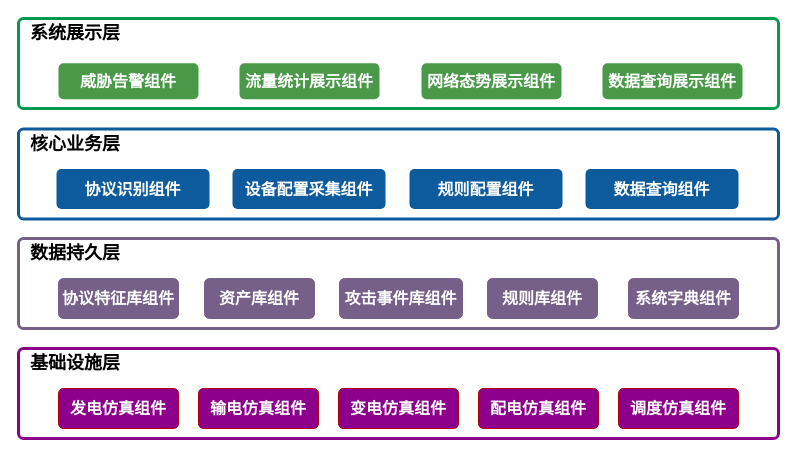
Earlier version of the draw.io diagram page "入侵检测" (3 of 4) of 组件关联.drawio (ytwei72/drawio). Source tidied: cells renumbered, new cells numbered last; positions are measured from the earlier drawing's top-left corner, leaving out a move shared by most shapes. Both pictures are drawn from the tidied source at 100%, with x=0, y=0 at pixel (18, 18).
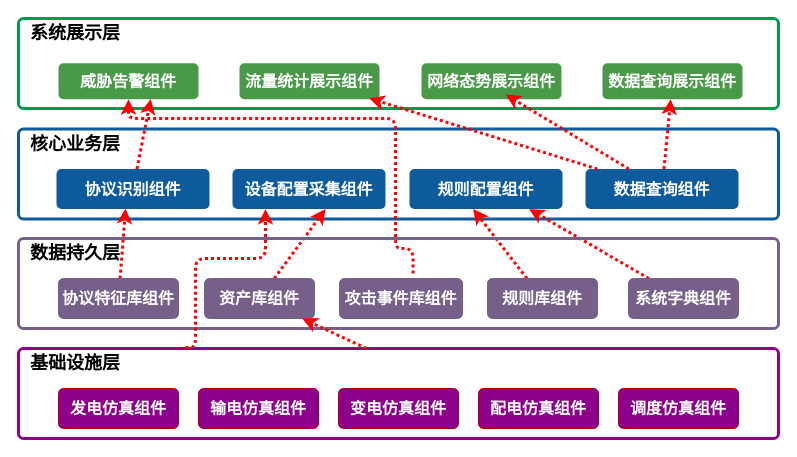
The same page after the edit.

Commit message:
更新入侵检测关联

The change refers to these unchanged cells:
```xml
<mxCell id="4" value="威胁告警组件" style="html=1;shadow=0;dashed=0;shape=mxgraph.bootstrap.rrect;align=center;rSize=5;strokeColor=none;fillColor=#499948;fontColor=#ffffff;fontStyle=1;whiteSpace=wrap;fontSize=16;fontFamily=楷体;" parent="2" vertex="1">
  <mxGeometry x="40" y="44.7" width="140" height="36" as="geometry" />
</mxCell>
<mxCell id="5" value="流量统计展示组件" style="html=1;shadow=0;dashed=0;shape=mxgraph.bootstrap.rrect;align=center;rSize=5;strokeColor=none;fillColor=#499948;fontColor=#ffffff;fontStyle=1;whiteSpace=wrap;fontSize=16;fontFamily=楷体;" parent="2" vertex="1">
  <mxGeometry x="221" y="44.7" width="140" height="36" as="geometry" />
</mxCell>
<mxCell id="7" value="数据查询展示组件" style="html=1;shadow=0;dashed=0;shape=mxgraph.bootstrap.rrect;align=center;rSize=5;strokeColor=none;fillColor=#499948;fontColor=#ffffff;fontStyle=1;whiteSpace=wrap;fontSize=16;fontFamily=楷体;" parent="2" vertex="1">
  <mxGeometry x="584" y="44.7" width="140" height="36" as="geometry" />
</mxCell>
<mxCell id="8" style="html=1;shadow=0;dashed=0;shape=mxgraph.bootstrap.rrect;align=center;rSize=5;strokeColor=#0D5B9D;fontColor=#f0f0f0;spacingTop=30;whiteSpace=wrap;fillColor=none;strokeWidth=3;" parent="1" vertex="1">
  <mxGeometry y="110.5" width="760" height="90" as="geometry" />
</mxCell>
<mxCell id="10" value="协议识别组件" style="html=1;shadow=0;dashed=0;shape=mxgraph.bootstrap.rrect;align=center;rSize=5;strokeColor=none;fillColor=#0D5B9D;fontColor=#ffffff;fontStyle=1;whiteSpace=wrap;fontSize=16;fontFamily=楷体;" parent="8" vertex="1">
  <mxGeometry x="38" y="40" width="153" height="40" as="geometry" />
</mxCell>
<mxCell id="11" value="设备配置采集组件" style="html=1;shadow=0;dashed=0;shape=mxgraph.bootstrap.rrect;align=center;rSize=5;strokeColor=none;fillColor=#0D5B9D;fontColor=#ffffff;fontStyle=1;whiteSpace=wrap;fontSize=16;fontFamily=楷体;" parent="8" vertex="1">
  <mxGeometry x="214" y="40" width="153" height="40" as="geometry" />
</mxCell>
<mxCell id="13" value="数据查询组件" style="html=1;shadow=0;dashed=0;shape=mxgraph.bootstrap.rrect;align=center;rSize=5;strokeColor=none;fillColor=#0D5B9D;fontColor=#ffffff;fontStyle=1;whiteSpace=wrap;fontSize=16;fontFamily=楷体;" parent="8" vertex="1">
  <mxGeometry x="567" y="40" width="153" height="40" as="geometry" />
</mxCell>
<mxCell id="16" value="协议特征库组件" style="html=1;shadow=0;dashed=0;shape=mxgraph.bootstrap.rrect;align=center;rSize=5;strokeColor=#76608A;fillColor=#76608A;fontColor=#ffffff;fontStyle=1;whiteSpace=wrap;fontSize=16;fontFamily=楷体;" parent="14" vertex="1">
  <mxGeometry x="40" y="40" width="120" height="40" as="geometry" />
</mxCell>
<mxCell id="17" value="资产库组件" style="html=1;shadow=0;dashed=0;shape=mxgraph.bootstrap.rrect;align=center;rSize=5;strokeColor=#76608A;fillColor=#76608A;fontColor=#ffffff;fontStyle=1;whiteSpace=wrap;fontSize=16;fontFamily=楷体;" parent="14" vertex="1">
  <mxGeometry x="186" y="40" width="110" height="40" as="geometry" />
</mxCell>
<mxCell id="18" value="规则库组件" style="html=1;shadow=0;dashed=0;shape=mxgraph.bootstrap.rrect;align=center;rSize=5;strokeColor=#76608A;fillColor=#76608A;fontColor=#ffffff;fontStyle=1;whiteSpace=wrap;fontSize=16;fontFamily=楷体;" parent="14" vertex="1">
  <mxGeometry x="469" y="40" width="110" height="40" as="geometry" />
</mxCell>
<mxCell id="19" value="系统字典组件" style="html=1;shadow=0;dashed=0;shape=mxgraph.bootstrap.rrect;align=center;rSize=5;strokeColor=#76608A;fillColor=#76608A;fontColor=#ffffff;fontStyle=1;whiteSpace=wrap;fontSize=16;fontFamily=楷体;" parent="14" vertex="1">
  <mxGeometry x="610" y="40" width="110" height="40" as="geometry" />
</mxCell>
<mxCell id="20" value="攻击事件库组件" style="html=1;shadow=0;dashed=0;shape=mxgraph.bootstrap.rrect;align=center;rSize=5;strokeColor=#76608A;fillColor=#76608A;fontColor=#ffffff;fontStyle=1;whiteSpace=wrap;fontSize=16;fontFamily=楷体;" parent="14" vertex="1">
  <mxGeometry x="321" y="40" width="123" height="40" as="geometry" />
</mxCell>
<mxCell id="22" value="基础设施层" style="html=1;shadow=0;dashed=0;shape=mxgraph.bootstrap.topButton;rSize=5;strokeColor=none;fillColor=none;fontColor=#000000;fontSize=18;fontStyle=1;align=left;spacingLeft=10;whiteSpace=wrap;" parent="21" vertex="1">
  <mxGeometry width="760" height="30" relative="1" as="geometry" />
</mxCell>
```

Diff of the diagram source:
```diff
@@
+    <mxCell id="28" style="endArrow=classic;html=1;fontColor=#000000;strokeColor=#FF0000;strokeWidth=3;dashed=1;dashPattern=1 1;" parent="8" edge="1" source="18">
+      <mxGeometry relative="1" as="geometry">
+        <mxPoint x="454.6" y="80" as="targetPoint" />
+      </mxGeometry>
+    </mxCell>
+    <mxCell id="29" style="endArrow=classic;html=1;fontColor=#000000;strokeColor=#FF0000;strokeWidth=3;dashed=1;dashPattern=1 1;" parent="8" edge="1" source="19">
+      <mxGeometry relative="1" as="geometry">
+        <mxPoint x="510.6" y="80" as="targetPoint" />
+      </mxGeometry>
+    </mxCell>
+    <mxCell id="30" style="endArrow=classic;html=1;fontColor=#000000;strokeColor=#FF0000;strokeWidth=3;dashed=1;dashPattern=1 1;" parent="8" edge="1" source="16">
+      <mxGeometry relative="1" as="geometry">
+        <mxPoint x="107.1" y="79.5" as="targetPoint" />
+      </mxGeometry>
+    </mxCell>
+    <mxCell id="31" style="endArrow=classic;html=1;fontColor=#000000;strokeColor=#FF0000;strokeWidth=3;dashed=1;dashPattern=1 1;" parent="8" edge="1" source="17">
+      <mxGeometry relative="1" as="geometry">
+        <mxPoint x="307.1" y="80" as="targetPoint" />
+      </mxGeometry>
+    </mxCell>
@@
+    <mxCell id="32" style="endArrow=classic;html=1;fontColor=#000000;strokeColor=#FF0000;strokeWidth=3;dashed=1;dashPattern=1 1;" parent="1" edge="1" source="22" target="17">
+      <mxGeometry relative="1" as="geometry" />
+    </mxCell>
+    <mxCell id="33" style="edgeStyle=segmentEdgeStyle;endArrow=classic;html=1;strokeColor=#FF0000;strokeWidth=3;fontColor=#000000;dashed=1;dashPattern=1 1;" parent="1" edge="1" target="11">
+      <mxGeometry relative="1" as="geometry">
+        <mxPoint x="167" y="329" as="sourcePoint" />
+        <Array as="points">
+          <mxPoint x="177" y="329" />
+          <mxPoint x="177" y="240" />
+          <mxPoint x="247" y="240" />
+        </Array>
+      </mxGeometry>
+    </mxCell>
+    <mxCell id="34" style="edgeStyle=segmentEdgeStyle;endArrow=classic;html=1;strokeColor=#FF0000;strokeWidth=3;fontColor=#000000;dashed=1;dashPattern=1 1;exitX=0.598;exitY=-0.125;exitDx=0;exitDy=0;exitPerimeter=0;" parent="1" edge="1" source="20" target="4">
+      <mxGeometry relative="1" as="geometry">
+        <Array as="points">
+          <mxPoint x="395" y="230" />
+          <mxPoint x="377" y="230" />
+          <mxPoint x="377" y="100" />
+          <mxPoint x="110" y="100" />
+        </Array>
+      </mxGeometry>
+    </mxCell>
+    <mxCell id="35" style="endArrow=classic;html=1;fontColor=#000000;strokeColor=#FF0000;strokeWidth=3;dashed=1;dashPattern=1 1;" parent="1" edge="1" source="13">
+      <mxGeometry relative="1" as="geometry">
+        <mxPoint x="487.1" y="76" as="targetPoint" />
+      </mxGeometry>
+    </mxCell>
+    <mxCell id="36" style="endArrow=classic;html=1;fontColor=#000000;strokeColor=#FF0000;strokeWidth=3;dashed=1;dashPattern=1 1;" parent="1" edge="1" source="13" target="7">
+      <mxGeometry relative="1" as="geometry" />
+    </mxCell>
+    <mxCell id="37" style="endArrow=classic;html=1;fontColor=#000000;strokeColor=#FF0000;strokeWidth=3;dashed=1;dashPattern=1 1;entryX=0.659;entryY=0.996;entryDx=0;entryDy=0;entryPerimeter=0;" parent="1" edge="1" source="10" target="4">
+      <mxGeometry relative="1" as="geometry" />
+    </mxCell>
+    <mxCell id="38" style="endArrow=classic;html=1;fontColor=#000000;strokeColor=#FF0000;strokeWidth=3;dashed=1;dashPattern=1 1;entryX=0.926;entryY=0.974;entryDx=0;entryDy=0;entryPerimeter=0;" parent="1" edge="1" source="13" target="5">
+      <mxGeometry relative="1" as="geometry" />
+    </mxCell>
```
